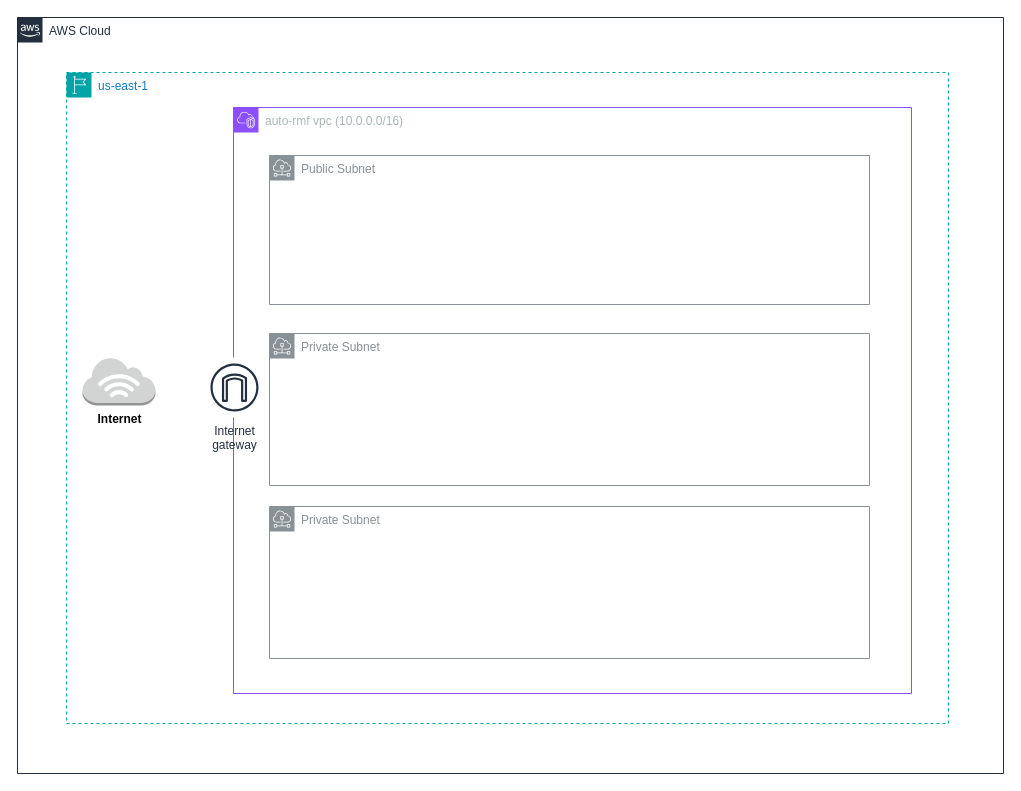
Earlier version of the draw.io diagram docs/Untitled Diagram.drawio (cloudsecgrc/auto-rmf). Source tidied: cells renumbered, new cells numbered last; positions are measured from the earlier drawing's top-left corner, leaving out a move shared by most shapes. Both pictures are drawn from the tidied source at 100%, with x=0, y=0 at pixel (17, 17).
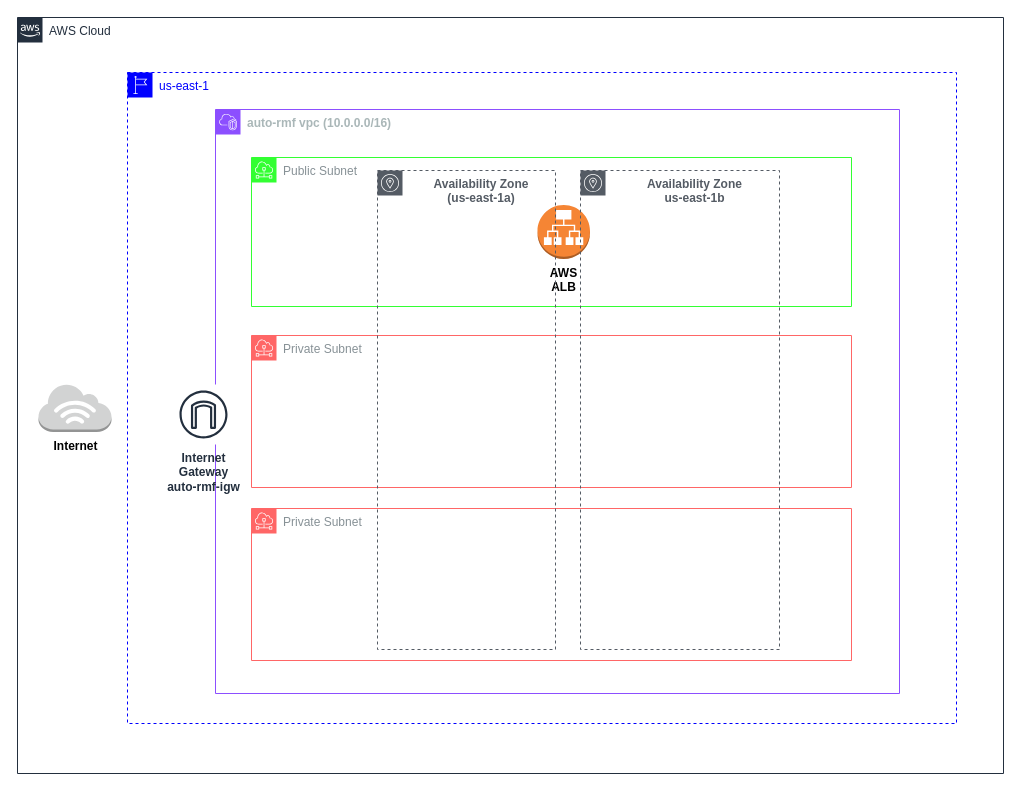
Above is the later version.

Change to the diagram source:
```diff
@@
 <mxGraphModel>
   <root>
     <mxCell id="0" />
     <mxCell id="1" parent="0" />
     <mxCell id="2" value="AWS Cloud" style="gradientColor=none;html=1;whiteSpace=wrap;fontSize=12;fontStyle=0;shape=mxgraph.aws4.group;grIcon=mxgraph.aws4.group_aws_cloud_alt;strokeColor=#232F3E;fillColor=none;verticalAlign=top;align=left;spacingLeft=30;fontColor=#232F3E;dashed=0;" parent="1" vertex="1">
       <mxGeometry width="986" height="756" as="geometry" />
     </mxCell>
+    <mxCell id="9" value="&lt;b&gt;Internet&lt;/b&gt;" style="dashed=0;verticalLabelPosition=bottom;verticalAlign=top;align=center;html=1;shape=mxgraph.aws3.internet_3;fillColor=#D2D3D3;gradientColor=none;" parent="2" vertex="1">
+      <mxGeometry x="21" y="366.5" width="73" height="48" as="geometry" />
+    </mxCell>
-    <mxCell id="3" value="us-east-1" style="gradientColor=none;html=1;whiteSpace=wrap;fontSize=12;fontStyle=0;shape=mxgraph.aws4.group;grIcon=mxgraph.aws4.group_region;strokeColor=#00A4A6;fillColor=none;verticalAlign=top;align=left;spacingLeft=30;fontColor=#147EBA;dashed=1;" parent="1" vertex="1">
-      <mxGeometry x="49" y="55" width="882" height="651" as="geometry" />
+    <mxCell id="3" value="us-east-1" style="gradientColor=none;html=1;whiteSpace=wrap;fontSize=12;fontStyle=0;shape=mxgraph.aws4.group;grIcon=mxgraph.aws4.group_region;strokeColor=#0000FF;fillColor=none;verticalAlign=top;align=left;spacingLeft=30;fontColor=#0000FF;dashed=1;" parent="1" vertex="1">
+      <mxGeometry x="110" y="55" width="829" height="651" as="geometry" />
     </mxCell>
-    <mxCell id="4" value="auto-rmf vpc (10.0.0.0/16)" style="gradientColor=none;html=1;whiteSpace=wrap;fontSize=12;fontStyle=0;shape=mxgraph.aws4.group;grIcon=mxgraph.aws4.group_vpc2;strokeColor=#8C4FFF;fillColor=none;verticalAlign=top;align=left;spacingLeft=30;fontColor=#AAB7B8;dashed=0;" parent="3" vertex="1">
-      <mxGeometry x="167" y="35" width="678" height="586" as="geometry" />
+    <mxCell id="4" value="&lt;b&gt;auto-rmf vpc (10.0.0.0/16)&lt;/b&gt;" style="gradientColor=none;html=1;whiteSpace=wrap;fontSize=12;fontStyle=0;shape=mxgraph.aws4.group;grIcon=mxgraph.aws4.group_vpc2;strokeColor=#8C4FFF;fillColor=none;verticalAlign=top;align=left;spacingLeft=30;fontColor=#AAB7B8;dashed=0;" parent="3" vertex="1">
+      <mxGeometry x="88" y="37" width="684" height="584" as="geometry" />
     </mxCell>
-    <mxCell id="5" value="Internet&#10;gateway" style="sketch=0;fontColor=#232F3E;gradientColor=none;strokeColor=#232F3E;fillColor=#ffffff;dashed=0;verticalLabelPosition=bottom;verticalAlign=top;align=center;html=1;fontSize=12;fontStyle=0;shape=mxgraph.aws4.resourceIcon;resIcon=mxgraph.aws4.internet_gateway;" parent="4" vertex="1">
-      <mxGeometry x="-29" y="250" width="60" height="60" as="geometry" />
-    </mxCell>
-    <mxCell id="6" value="Public Subnet" style="sketch=0;gradientColor=none;html=1;whiteSpace=wrap;fontSize=12;fontStyle=0;shape=mxgraph.aws4.group;grIcon=mxgraph.aws4.group_subnet;strokeColor=#879196;fillColor=none;verticalAlign=top;align=left;spacingLeft=30;fontColor=#879196;dashed=0;" parent="4" vertex="1">
+    <mxCell id="6" value="Public Subnet&amp;nbsp;" style="sketch=0;gradientColor=none;html=1;whiteSpace=wrap;fontSize=12;fontStyle=0;shape=mxgraph.aws4.group;grIcon=mxgraph.aws4.group_subnet;strokeColor=#33FF33;fillColor=none;verticalAlign=top;align=left;spacingLeft=30;fontColor=#879196;dashed=0;" parent="4" vertex="1">
       <mxGeometry x="36" y="48" width="600" height="149" as="geometry" />
     </mxCell>
-    <mxCell id="7" value="Private Subnet" style="sketch=0;gradientColor=none;html=1;whiteSpace=wrap;fontSize=12;fontStyle=0;shape=mxgraph.aws4.group;grIcon=mxgraph.aws4.group_subnet;strokeColor=#879196;fillColor=none;verticalAlign=top;align=left;spacingLeft=30;fontColor=#879196;dashed=0;" parent="4" vertex="1">
+    <mxCell id="7" value="Private Subnet" style="sketch=0;gradientColor=none;html=1;whiteSpace=wrap;fontSize=12;fontStyle=0;shape=mxgraph.aws4.group;grIcon=mxgraph.aws4.group_subnet;strokeColor=#FF6666;fillColor=none;verticalAlign=top;align=left;spacingLeft=30;fontColor=#879196;dashed=0;" parent="4" vertex="1">
       <mxGeometry x="36" y="399" width="600" height="152" as="geometry" />
     </mxCell>
-    <mxCell id="8" value="Private Subnet" style="sketch=0;gradientColor=none;html=1;whiteSpace=wrap;fontSize=12;fontStyle=0;shape=mxgraph.aws4.group;grIcon=mxgraph.aws4.group_subnet;strokeColor=#879196;fillColor=none;verticalAlign=top;align=left;spacingLeft=30;fontColor=#879196;dashed=0;" parent="4" vertex="1">
+    <mxCell id="8" value="Private Subnet" style="sketch=0;gradientColor=none;html=1;whiteSpace=wrap;fontSize=12;fontStyle=0;shape=mxgraph.aws4.group;grIcon=mxgraph.aws4.group_subnet;strokeColor=#FF6666;fillColor=none;verticalAlign=top;align=left;spacingLeft=30;fontColor=#879196;dashed=0;" parent="4" vertex="1">
       <mxGeometry x="36" y="226" width="600" height="152" as="geometry" />
     </mxCell>
-    <mxCell id="9" value="&lt;b&gt;Internet&lt;/b&gt;" style="dashed=0;verticalLabelPosition=bottom;verticalAlign=top;align=center;html=1;shape=mxgraph.aws3.internet_3;fillColor=#D2D3D3;gradientColor=none;" parent="3" vertex="1">
-      <mxGeometry x="16" y="285" width="73" height="48" as="geometry" />
-    </mxCell>
+    <mxCell id="10" value="&lt;b&gt;AWS&lt;/b&gt;&lt;div&gt;&lt;b&gt;ALB&lt;/b&gt;&lt;/div&gt;" style="dashed=0;verticalLabelPosition=bottom;verticalAlign=top;align=center;html=1;shape=mxgraph.aws3.application_load_balancer;fillColor=#F58534;gradientColor=none;" parent="4" vertex="1">
+      <mxGeometry x="322" y="95.5" width="52.5" height="54" as="geometry" />
+    </mxCell>
+    <mxCell id="11" value="Availability Zone&lt;div&gt;(us-east-1a)&lt;/div&gt;" style="sketch=0;gradientColor=none;html=1;whiteSpace=wrap;fontSize=12;fontStyle=1;shape=mxgraph.aws4.group;grIcon=mxgraph.aws4.group_availability_zone;strokeColor=#545B64;fillColor=none;verticalAlign=top;align=center;spacingLeft=30;fontColor=#545B64;dashed=1;" parent="4" vertex="1">
+      <mxGeometry x="162" y="61" width="178" height="479" as="geometry" />
+    </mxCell>
+    <mxCell id="12" value="&lt;b&gt;Availability Zone&lt;/b&gt;&lt;div&gt;&lt;b&gt;us-east-1b&lt;/b&gt;&lt;/div&gt;" style="sketch=0;gradientColor=none;html=1;whiteSpace=wrap;fontSize=12;fontStyle=0;shape=mxgraph.aws4.group;grIcon=mxgraph.aws4.group_availability_zone;strokeColor=#545B64;fillColor=none;verticalAlign=top;align=center;spacingLeft=30;fontColor=#545B64;dashed=1;" parent="4" vertex="1">
+      <mxGeometry x="365" y="61" width="199" height="479" as="geometry" />
+    </mxCell>
+    <mxCell id="5" value="&lt;b&gt;Internet&lt;/b&gt;&lt;div&gt;&lt;b&gt;Gateway&lt;/b&gt;&lt;div&gt;&lt;b&gt;auto-rmf-igw&lt;/b&gt;&lt;/div&gt;&lt;/div&gt;" style="sketch=0;fontColor=#232F3E;gradientColor=none;strokeColor=#232F3E;fillColor=#ffffff;dashed=0;verticalLabelPosition=bottom;verticalAlign=top;align=center;html=1;fontSize=12;fontStyle=0;shape=mxgraph.aws4.resourceIcon;resIcon=mxgraph.aws4.internet_gateway;" parent="3" vertex="1">
+      <mxGeometry x="46" y="312" width="60" height="60" as="geometry" />
+    </mxCell>
   </root>
 </mxGraphModel>
```
